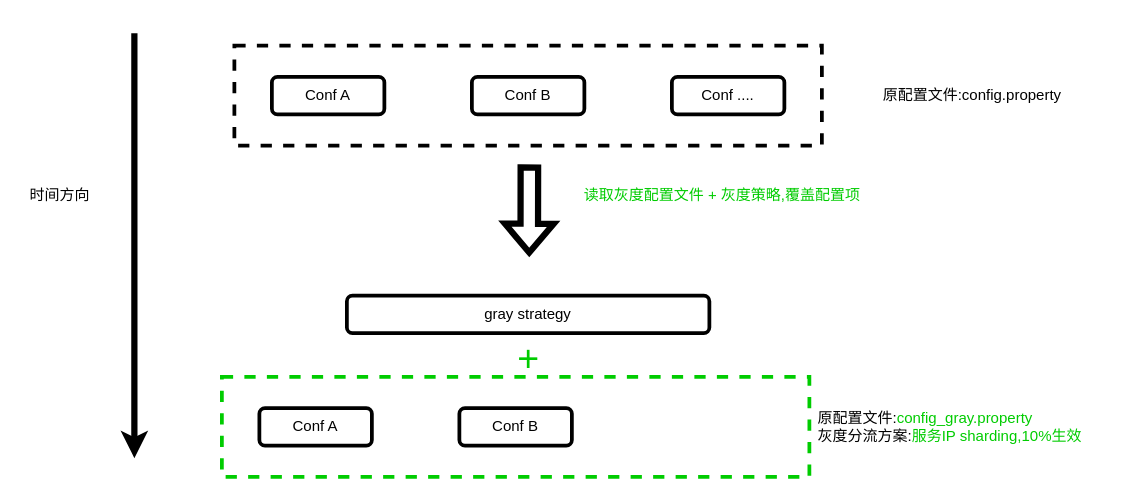
Before: universal-engine/heracles_upgrade.drawio in karlchan-cn/drawio-repository, a draw.io diagram. Source tidied: cells renumbered, new cells numbered last; positions are measured from the earlier drawing's top-left corner, leaving out a move shared by most shapes. Both pictures are drawn from the tidied source at 125%, with x=0, y=0 at pixel (21, 32).
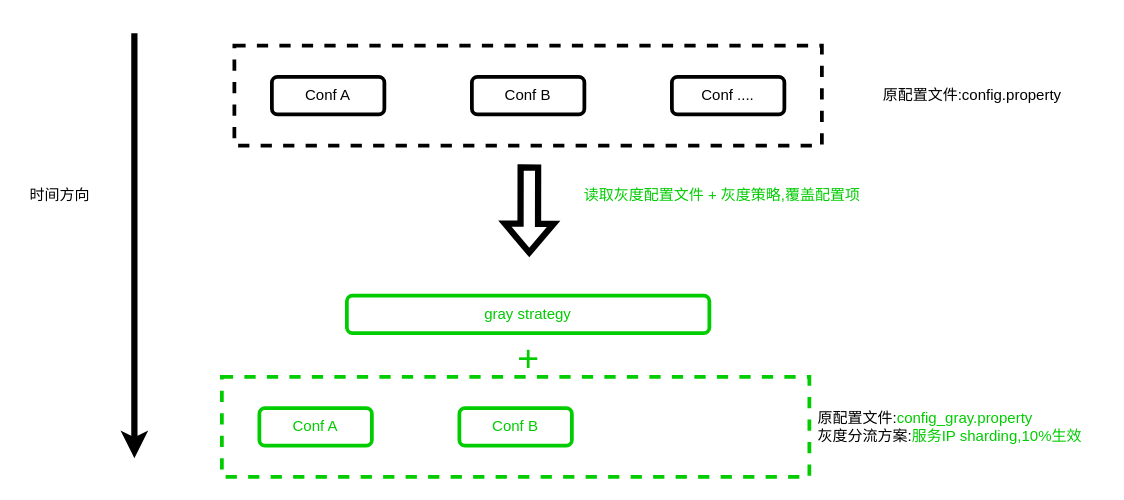
Above is the later version.

What changed in the source:
```diff
@@
 <mxGraphModel>
   <root>
     <mxCell id="0" />
     <mxCell id="1" parent="0" />
     <mxCell id="2" style="endArrow=classic;html=1;rounded=0;strokeWidth=5;" parent="1" edge="1">
       <mxGeometry relative="1" as="geometry">
         <mxPoint x="90" as="sourcePoint" />
         <mxPoint x="90" y="340" as="targetPoint" />
       </mxGeometry>
     </mxCell>
     <mxCell id="3" value="时间方向" style="text;html=1;align=center;verticalAlign=middle;strokeColor=none;fillColor=none;" parent="1" vertex="1">
       <mxGeometry y="120" width="60" height="20" as="geometry" />
     </mxCell>
     <mxCell id="4" style="rounded=0;whiteSpace=wrap;html=1;fillColor=none;strokeWidth=3;dashed=1;" parent="1" vertex="1">
       <mxGeometry x="170" y="10" width="470" height="80" as="geometry" />
     </mxCell>
     <mxCell id="5" value="原配置文件:config.property" style="text;html=1;align=center;verticalAlign=middle;strokeColor=none;fillColor=none;" parent="1" vertex="1">
       <mxGeometry x="680" y="40" width="160" height="20" as="geometry" />
     </mxCell>
     <mxCell id="6" value="Conf A" style="rounded=1;whiteSpace=wrap;html=1;strokeWidth=3;fillColor=none;" parent="1" vertex="1">
       <mxGeometry x="200" y="35" width="90" height="30" as="geometry" />
     </mxCell>
     <mxCell id="7" value="Conf B" style="rounded=1;whiteSpace=wrap;html=1;strokeWidth=3;fillColor=none;" parent="1" vertex="1">
       <mxGeometry x="360" y="35" width="90" height="30" as="geometry" />
     </mxCell>
     <mxCell id="8" value="Conf ...." style="rounded=1;whiteSpace=wrap;html=1;strokeWidth=3;fillColor=none;" parent="1" vertex="1">
       <mxGeometry x="520" y="35" width="90" height="30" as="geometry" />
     </mxCell>
     <mxCell id="9" style="rounded=0;whiteSpace=wrap;html=1;fillColor=none;strokeWidth=3;dashed=1;strokeColor=#00CC00;" parent="1" vertex="1">
       <mxGeometry x="160" y="275" width="470" height="80" as="geometry" />
     </mxCell>
     <mxCell id="10" value="原配置文件:&lt;font color=&quot;#00cc00&quot;&gt;config_gray.property&lt;/font&gt;&lt;br&gt;灰度分流方案:&lt;font color=&quot;#00cc00&quot;&gt;服务IP sharding,10%生效&lt;/font&gt;" style="text;html=1;align=left;verticalAlign=middle;strokeColor=none;fillColor=none;" parent="1" vertex="1">
       <mxGeometry x="635" y="300" width="230" height="30" as="geometry" />
     </mxCell>
-    <mxCell id="11" value="Conf A" style="rounded=1;whiteSpace=wrap;html=1;strokeWidth=3;fillColor=none;" parent="1" vertex="1">
+    <mxCell id="11" value="Conf A" style="rounded=1;whiteSpace=wrap;html=1;strokeWidth=3;fillColor=none;fontColor=#00CC00;strokeColor=#00CC00;" parent="1" vertex="1">
       <mxGeometry x="190" y="300" width="90" height="30" as="geometry" />
     </mxCell>
-    <mxCell id="12" value="Conf B" style="rounded=1;whiteSpace=wrap;html=1;strokeWidth=3;fillColor=none;" parent="1" vertex="1">
+    <mxCell id="12" value="Conf B" style="rounded=1;whiteSpace=wrap;html=1;strokeWidth=3;fillColor=none;fontColor=#00CC00;strokeColor=#00CC00;" parent="1" vertex="1">
       <mxGeometry x="350" y="300" width="90" height="30" as="geometry" />
     </mxCell>
     <mxCell id="13" style="shape=flexArrow;endArrow=classic;html=1;rounded=0;strokeWidth=5;entryX=0.538;entryY=-0.025;entryDx=0;entryDy=0;entryPerimeter=0;" parent="1" edge="1">
       <mxGeometry relative="1" as="geometry">
         <mxPoint x="406" y="105" as="sourcePoint" />
         <mxPoint x="405.9" y="178" as="targetPoint" />
       </mxGeometry>
     </mxCell>
     <mxCell id="14" value="读取灰度配置文件 + 灰度策略,覆盖配置项" style="text;html=1;align=center;verticalAlign=middle;strokeColor=none;fillColor=none;fontColor=#00CC00;" parent="1" vertex="1">
       <mxGeometry x="440" y="120" width="240" height="20" as="geometry" />
     </mxCell>
-    <mxCell id="15" value="gray strategy" style="rounded=1;whiteSpace=wrap;html=1;strokeWidth=3;fillColor=none;" parent="1" vertex="1">
+    <mxCell id="15" value="gray strategy" style="rounded=1;whiteSpace=wrap;html=1;strokeWidth=3;fillColor=none;fontColor=#00CC00;strokeColor=#00CC00;" parent="1" vertex="1">
       <mxGeometry x="260" y="210" width="290" height="30" as="geometry" />
     </mxCell>
     <mxCell id="16" value="&lt;font style=&quot;font-size: 30px&quot;&gt;+&lt;/font&gt;" style="text;html=1;align=center;verticalAlign=middle;strokeColor=none;fillColor=none;fontColor=#00CC00;" parent="1" vertex="1">
       <mxGeometry x="390" y="245" width="30" height="30" as="geometry" />
     </mxCell>
   </root>
 </mxGraphModel>
```
